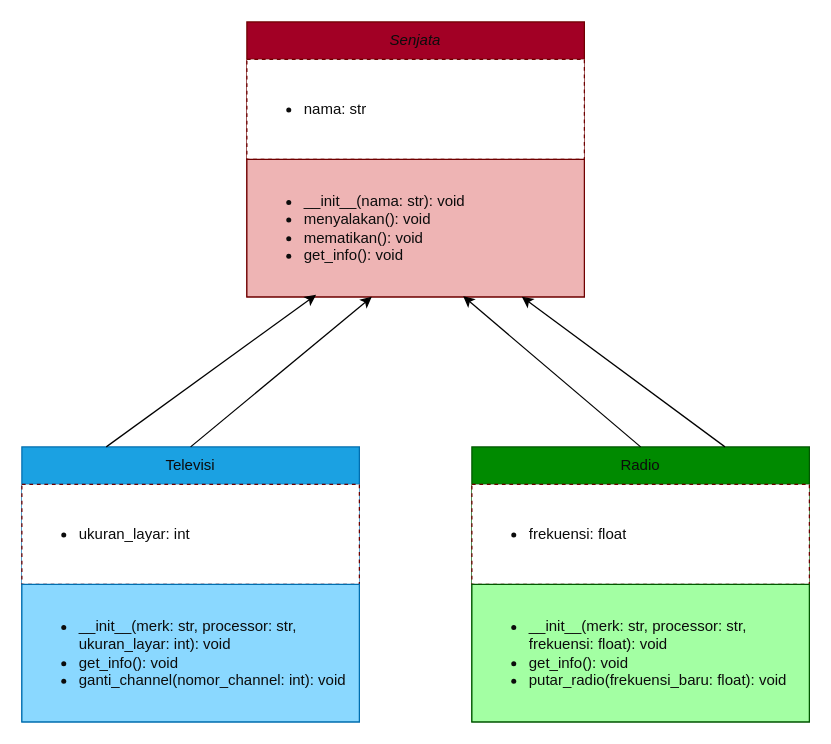
This is Jobsheet_6.drawio from ImNotDanish05/2025_PBO_TI-1A, a draw.io file, before an edit. Source tidied: cells renumbered, new cells numbered last; positions are measured from the earlier drawing's top-left corner, leaving out a move shared by most shapes. Both pictures are drawn from the tidied source at 125%, with x=0, y=0 at pixel (21, 21).
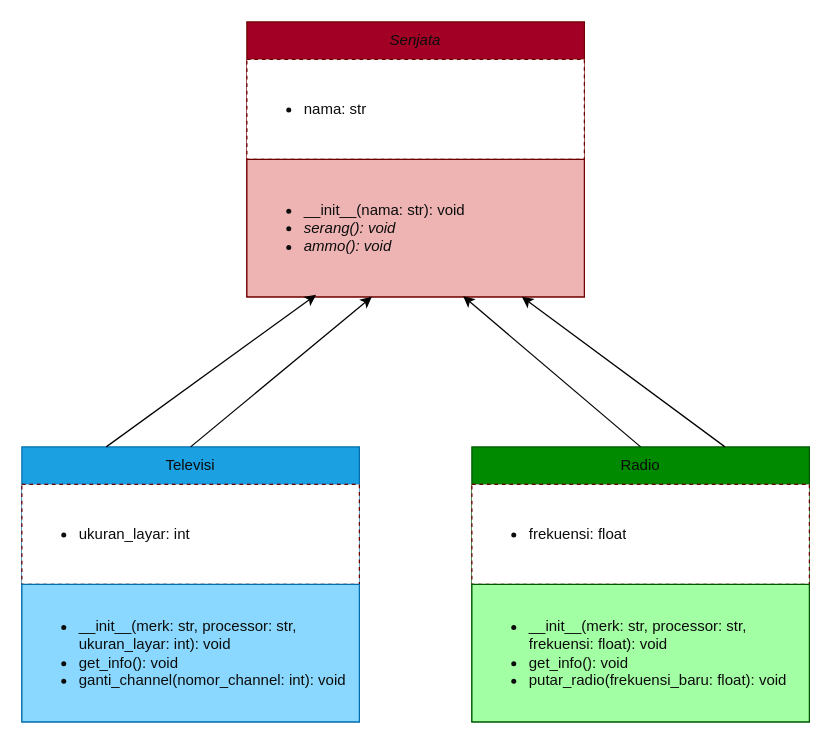
The same diagram, later.

Diff of the diagram source:
```diff
@@
 <mxGraphModel>
   <root>
     <mxCell id="0" />
     <mxCell id="1" parent="0" />
     <mxCell id="2" value="&lt;i&gt;Senjata&lt;/i&gt;" style="swimlane;fontStyle=0;horizontal=1;startSize=30;whiteSpace=wrap;html=1;fillColor=#a20025;fontColor=light-dark(#0C0C0C,#0C0C0C);strokeColor=#6F0000;" parent="1" vertex="1">
       <mxGeometry x="180" width="270" height="220" as="geometry" />
     </mxCell>
     <mxCell id="3" value="&lt;ul&gt;&lt;li&gt;nama: str&lt;/li&gt;&lt;/ul&gt;" style="text;strokeColor=#6F0000;fillColor=light-dark(#FFFFFF,#FFFFFF);align=left;verticalAlign=middle;spacingLeft=4;spacingRight=4;overflow=hidden;whiteSpace=wrap;html=1;fontColor=light-dark(#0C0C0C,#0C0C0C);fillStyle=auto;dashed=1;gradientColor=none;" parent="2" vertex="1">
       <mxGeometry y="30" width="270" height="80" as="geometry" />
     </mxCell>
-    <mxCell id="4" value="&lt;ul&gt;&lt;li&gt;__init__(nama: str): void&lt;/li&gt;&lt;li&gt;menyalakan(): void&lt;/li&gt;&lt;li&gt;mematikan(): void&lt;/li&gt;&lt;li&gt;get_info(): void&lt;/li&gt;&lt;/ul&gt;" style="text;strokeColor=#6F0000;fillColor=light-dark(#EEB4B4,#EEB4B4);align=left;verticalAlign=middle;spacingLeft=4;spacingRight=4;overflow=hidden;points=[[0,0.5],[1,0.5]];portConstraint=eastwest;whiteSpace=wrap;html=1;fontColor=light-dark(#0C0C0C,#0C0C0C);" parent="2" vertex="1">
+    <mxCell id="4" value="&lt;ul&gt;&lt;li&gt;__init__(nama: str): void&lt;/li&gt;&lt;li&gt;&lt;i&gt;serang(): void&lt;/i&gt;&lt;/li&gt;&lt;li&gt;&lt;i&gt;ammo(): void&lt;/i&gt;&lt;/li&gt;&lt;/ul&gt;" style="text;strokeColor=#6F0000;fillColor=light-dark(#EEB4B4,#EEB4B4);align=left;verticalAlign=middle;spacingLeft=4;spacingRight=4;overflow=hidden;points=[[0,0.5],[1,0.5]];portConstraint=eastwest;whiteSpace=wrap;html=1;fontColor=light-dark(#0C0C0C,#0C0C0C);" parent="2" vertex="1">
       <mxGeometry y="110" width="270" height="110" as="geometry" />
     </mxCell>
     <mxCell id="5" value="Televisi" style="swimlane;fontStyle=0;horizontal=1;startSize=30;whiteSpace=wrap;html=1;fillColor=#1ba1e2;fontColor=light-dark(#0C0C0C,#0C0C0C);strokeColor=#006EAF;" parent="1" vertex="1">
       <mxGeometry y="340" width="270" height="220" as="geometry" />
     </mxCell>
     <mxCell id="6" value="&lt;ul&gt;&lt;li&gt;ukuran_layar: int&lt;/li&gt;&lt;/ul&gt;" style="text;strokeColor=#6F0000;fillColor=light-dark(#FFFFFF,#FFFFFF);align=left;verticalAlign=middle;spacingLeft=4;spacingRight=4;overflow=hidden;whiteSpace=wrap;html=1;fontColor=light-dark(#0C0C0C,#0C0C0C);fillStyle=auto;dashed=1;gradientColor=none;" parent="5" vertex="1">
       <mxGeometry y="30" width="270" height="80" as="geometry" />
     </mxCell>
     <mxCell id="7" value="&lt;ul&gt;&lt;li&gt;__init__(merk: str, processor: str, ukuran_layar: int): void&lt;/li&gt;&lt;li&gt;get_info(): void&lt;/li&gt;&lt;li&gt;ganti_channel(nomor_channel: int): void&lt;br&gt;&lt;/li&gt;&lt;/ul&gt;" style="text;strokeColor=#006EAF;fillColor=light-dark(#8AD8FF,#8AD8FF);align=left;verticalAlign=middle;spacingLeft=4;spacingRight=4;overflow=hidden;whiteSpace=wrap;html=1;fontColor=light-dark(#0C0C0C,#0C0C0C);" parent="5" vertex="1">
       <mxGeometry y="110" width="270" height="110" as="geometry" />
     </mxCell>
     <mxCell id="8" value="Radio" style="swimlane;fontStyle=0;horizontal=1;startSize=30;whiteSpace=wrap;html=1;fillColor=#008a00;fontColor=light-dark(#0C0C0C,#0C0C0C);strokeColor=#005700;" parent="1" vertex="1">
       <mxGeometry x="360" y="340" width="270" height="220" as="geometry" />
     </mxCell>
     <mxCell id="9" value="&lt;ul&gt;&lt;li&gt;frekuensi: float&lt;/li&gt;&lt;/ul&gt;" style="text;strokeColor=#6F0000;fillColor=light-dark(#FFFFFF,#FFFFFF);align=left;verticalAlign=middle;spacingLeft=4;spacingRight=4;overflow=hidden;whiteSpace=wrap;html=1;fontColor=light-dark(#0C0C0C,#0C0C0C);fillStyle=auto;dashed=1;gradientColor=none;" parent="8" vertex="1">
       <mxGeometry y="30" width="270" height="80" as="geometry" />
     </mxCell>
     <mxCell id="10" value="&lt;ul&gt;&lt;li&gt;__init__(merk: str, processor: str, frekuensi: float): void&lt;/li&gt;&lt;li&gt;get_info(): void&lt;br&gt;&lt;/li&gt;&lt;li&gt;putar_radio(frekuensi_baru: float): void&lt;br&gt;&lt;/li&gt;&lt;/ul&gt;" style="text;strokeColor=#005700;fillColor=light-dark(#A3FFA3,#A3FFA3);align=left;verticalAlign=middle;spacingLeft=4;spacingRight=4;overflow=hidden;whiteSpace=wrap;html=1;fontColor=light-dark(#0C0C0C,#0C0C0C);" parent="8" vertex="1">
       <mxGeometry y="110" width="270" height="110" as="geometry" />
     </mxCell>
     <mxCell id="11" style="endArrow=classic;html=1;rounded=0;exitX=0.25;exitY=0;exitDx=0;exitDy=0;entryX=0.205;entryY=0.985;entryDx=0;entryDy=0;entryPerimeter=0;fontColor=light-dark(#0C0C0C,#0C0C0C);" parent="1" edge="1" source="5" target="4">
       <mxGeometry relative="1" as="geometry" />
     </mxCell>
     <mxCell id="12" style="endArrow=classic;html=1;rounded=0;exitX=0.5;exitY=0;exitDx=0;exitDy=0;entryX=0.37;entryY=1;entryDx=0;entryDy=0;entryPerimeter=0;fontColor=light-dark(#0C0C0C,#0C0C0C);" parent="1" edge="1" source="5" target="4">
       <mxGeometry relative="1" as="geometry" />
     </mxCell>
     <mxCell id="13" style="endArrow=classic;html=1;rounded=0;exitX=0.5;exitY=0;exitDx=0;exitDy=0;entryX=0.641;entryY=0.995;entryDx=0;entryDy=0;entryPerimeter=0;fontColor=light-dark(#0C0C0C,#0C0C0C);" parent="1" edge="1" source="8" target="4">
       <mxGeometry relative="1" as="geometry" />
     </mxCell>
     <mxCell id="14" style="endArrow=classic;html=1;rounded=0;exitX=0.75;exitY=0;exitDx=0;exitDy=0;fontColor=light-dark(#0C0C0C,#0C0C0C);" parent="1" edge="1" source="8">
       <mxGeometry relative="1" as="geometry">
         <mxPoint x="400" y="220" as="targetPoint" />
       </mxGeometry>
     </mxCell>
   </root>
 </mxGraphModel>
```
